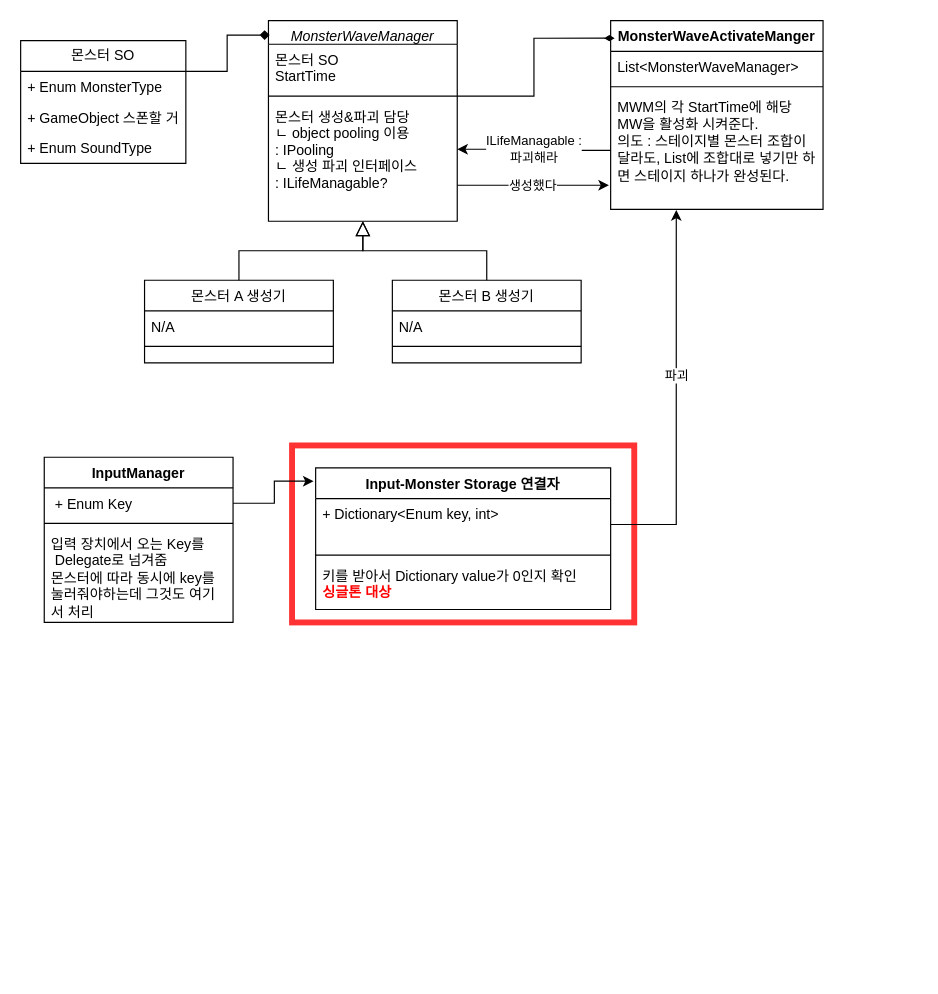
Before: TheMonk.drawio in dubidubob/Unijam3, a draw.io diagram. Source tidied: cells renumbered, new cells numbered last; positions are measured from the earlier drawing's top-left corner, leaving out a move shared by most shapes. Both pictures are drawn from the tidied source at 118%, with x=0, y=0 at pixel (20, 20).
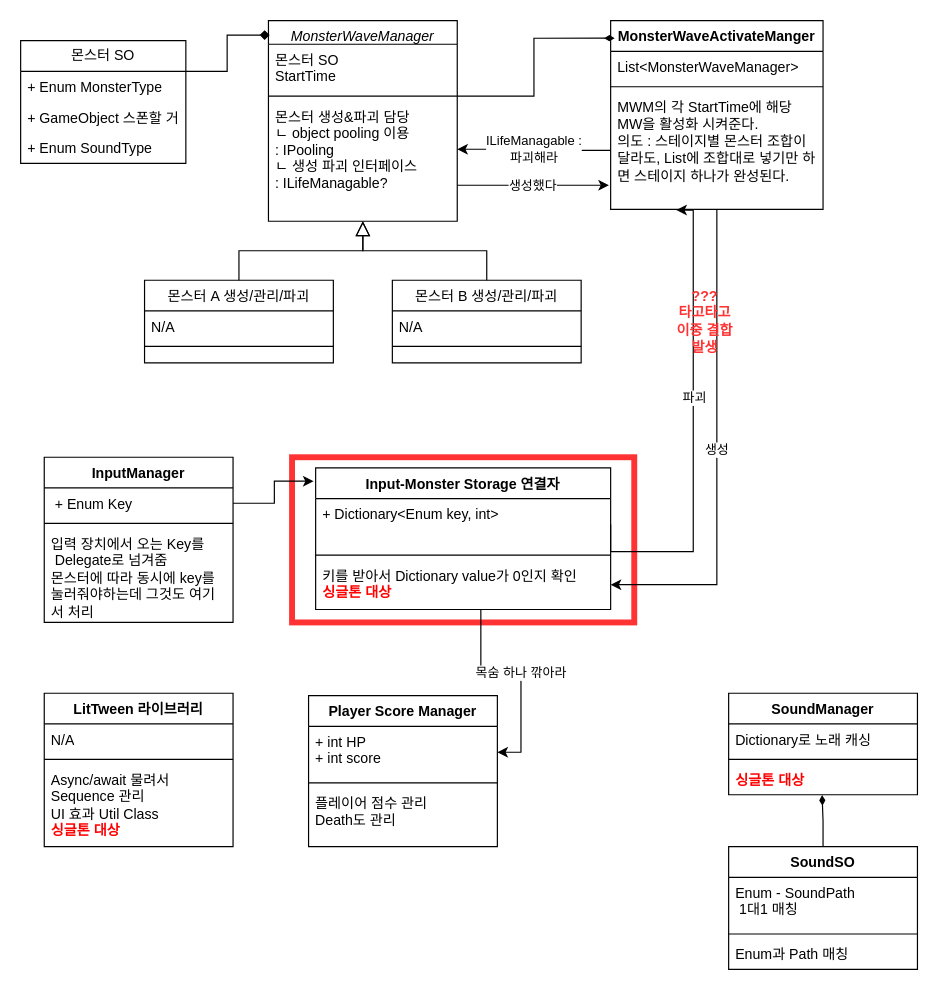
After the change.

The change refers to these unchanged cells:
```xml
<mxCell id="18" value="MWM의 각 StartTime에 해당 MW을 활성화 시켜준다.&lt;br&gt;의도 : 스테이지별 몬스터 조합이 달라도, List에 조합대로 넣기만 하면 스테이지 하나가 완성된다." style="text;strokeColor=none;fillColor=none;align=left;verticalAlign=top;spacingLeft=4;spacingRight=4;overflow=hidden;points=[[0,0.5],[1,0.5]];portConstraint=eastwest;whiteSpace=wrap;html=1;" parent="15" vertex="1">
  <mxGeometry y="60" width="180" height="100" as="geometry" />
</mxCell>
<mxCell id="29" value="Input-Monster Storage 연결자" style="swimlane;fontStyle=1;align=center;verticalAlign=top;horizontal=1;startSize=26;whiteSpace=wrap;html=1;" parent="1" vertex="1">
  <mxGeometry x="250" y="379" width="250" height="120" as="geometry" />
</mxCell>
<mxCell id="30" value="+ Dictionary&amp;lt;Enum key, int&amp;gt;" style="text;strokeColor=none;fillColor=none;align=left;verticalAlign=top;spacingLeft=4;spacingRight=4;overflow=hidden;points=[[0,0.5],[1,0.5]];portConstraint=eastwest;whiteSpace=wrap;html=1;" parent="29" vertex="1">
  <mxGeometry y="26" width="250" height="44" as="geometry" />
</mxCell>
<mxCell id="32" value="키를 받아서 Dictionary value가 0인지 확인&lt;div&gt;&lt;b&gt;&lt;font style=&quot;color: rgb(255, 0, 0);&quot;&gt;싱글톤 대상&lt;/font&gt;&lt;/b&gt;&lt;/div&gt;" style="text;strokeColor=none;fillColor=none;align=left;verticalAlign=top;spacingLeft=4;spacingRight=4;overflow=hidden;points=[[0,0.5],[1,0.5]];portConstraint=eastwest;whiteSpace=wrap;html=1;" parent="29" vertex="1">
  <mxGeometry y="78" width="250" height="42" as="geometry" />
</mxCell>
```

Change to the diagram source:
```diff
@@
     <mxCell id="2" style="rounded=0;whiteSpace=wrap;html=1;fillColor=none;strokeColor=#FF3333;strokeWidth=5;" parent="1" vertex="1">
-      <mxGeometry x="230" y="360" width="290" height="150" as="geometry" />
+      <mxGeometry x="230" y="370" width="290" height="140" as="geometry" />
     </mxCell>
@@
-    <mxCell id="7" value="몬스터 A 생성기" style="swimlane;fontStyle=0;align=center;verticalAlign=top;horizontal=1;startSize=26;rounded=0;shadow=0;strokeWidth=1;" parent="1" vertex="1">
+    <mxCell id="7" value="몬스터 A 생성/관리/파괴" style="swimlane;fontStyle=0;align=center;verticalAlign=top;horizontal=1;startSize=26;rounded=0;shadow=0;strokeWidth=1;" parent="1" vertex="1">
       <mxGeometry x="105" y="220" width="160" height="70" as="geometry" />
     </mxCell>
@@
-    <mxCell id="11" value="몬스터 B 생성기" style="swimlane;fontStyle=0;align=center;verticalAlign=top;horizontal=1;startSize=26;rounded=0;shadow=0;strokeWidth=1;" parent="1" vertex="1">
+    <mxCell id="11" value="몬스터 B 생성/관리/파괴" style="swimlane;fontStyle=0;align=center;verticalAlign=top;horizontal=1;startSize=26;rounded=0;shadow=0;strokeWidth=1;" parent="1" vertex="1">
       <mxGeometry x="315" y="220" width="160" height="70" as="geometry" />
     </mxCell>
@@
+    <mxCell id="38" value="목숨 하나 깎아라" style="edgeStyle=orthogonalEdgeStyle;rounded=0;jettySize=auto;html=1;" parent="1" edge="1" source="29" target="55">
+      <mxGeometry relative="1" as="geometry">
+        <Array as="points">
+          <mxPoint x="390" y="548" />
+          <mxPoint x="424" y="548" />
+          <mxPoint x="424" y="620" />
+        </Array>
+      </mxGeometry>
+    </mxCell>
@@
     <mxCell id="34" style="edgeStyle=orthogonalEdgeStyle;rounded=0;jettySize=auto;html=1;exitX=1;exitY=0.5;exitDx=0;exitDy=0;entryX=0.309;entryY=1.005;entryDx=0;entryDy=0;entryPerimeter=0;" parent="1" edge="1" source="30" target="18">
-      <mxGeometry relative="1" as="geometry" />
+      <mxGeometry relative="1" as="geometry">
+        <Array as="points">
+          <mxPoint x="500" y="450" />
+          <mxPoint x="570" y="450" />
+          <mxPoint x="570" y="161" />
+        </Array>
+      </mxGeometry>
     </mxCell>
@@
+    <mxCell id="39" value="생성" style="edgeStyle=orthogonalEdgeStyle;rounded=0;jettySize=auto;html=1;entryX=1;entryY=0.5;entryDx=0;entryDy=0;" parent="1" edge="1" source="18" target="32">
+      <mxGeometry relative="1" as="geometry">
+        <Array as="points">
+          <mxPoint x="590" y="478" />
+        </Array>
+      </mxGeometry>
+    </mxCell>
+    <mxCell id="40" value="&lt;b&gt;&lt;font style=&quot;color: rgb(255, 51, 51);&quot;&gt;???&lt;br&gt;타고타고&lt;br&gt;이중 결합 발생&lt;/font&gt;&lt;/b&gt;" style="text;html=1;align=center;verticalAlign=middle;whiteSpace=wrap;rounded=0;" parent="1" vertex="1">
+      <mxGeometry x="550" y="240" width="60" height="30" as="geometry" />
+    </mxCell>
+    <mxCell id="41" value="LitTween 라이브러리" style="swimlane;fontStyle=1;align=center;verticalAlign=top;horizontal=1;startSize=26;whiteSpace=wrap;html=1;" parent="1" vertex="1">
+      <mxGeometry x="20" y="570" width="160" height="130" as="geometry" />
+    </mxCell>
+    <mxCell id="42" value="N/A" style="text;strokeColor=none;fillColor=none;align=left;verticalAlign=top;spacingLeft=4;spacingRight=4;overflow=hidden;whiteSpace=wrap;html=1;" parent="41" vertex="1">
+      <mxGeometry y="26" width="160" height="26" as="geometry" />
+    </mxCell>
+    <mxCell id="43" style="line;strokeWidth=1;fillColor=none;align=left;verticalAlign=middle;spacingTop=-1;spacingLeft=3;spacingRight=3;labelPosition=right;strokeColor=inherit;" parent="41" vertex="1">
+      <mxGeometry y="52" width="160" height="8" as="geometry" />
+    </mxCell>
+    <mxCell id="44" value="Async/await 물려서&lt;br&gt;Sequence 관리&lt;div&gt;UI 효과 Util Class&lt;/div&gt;&lt;div&gt;&lt;b&gt;&lt;font style=&quot;color: rgb(255, 0, 0);&quot;&gt;싱글톤 대상&lt;/font&gt;&lt;/b&gt;&lt;/div&gt;" style="text;strokeColor=none;fillColor=none;align=left;verticalAlign=top;spacingLeft=4;spacingRight=4;overflow=hidden;whiteSpace=wrap;html=1;" parent="41" vertex="1">
+      <mxGeometry y="60" width="160" height="70" as="geometry" />
+    </mxCell>
+    <mxCell id="45" value="SoundManager" style="swimlane;fontStyle=1;align=center;verticalAlign=top;horizontal=1;startSize=26;whiteSpace=wrap;html=1;" parent="1" vertex="1">
+      <mxGeometry x="600" y="570" width="160" height="86" as="geometry" />
+    </mxCell>
+    <mxCell id="46" value="Dictionary로 노래 캐싱" style="text;strokeColor=none;fillColor=none;align=left;verticalAlign=top;spacingLeft=4;spacingRight=4;overflow=hidden;whiteSpace=wrap;html=1;" parent="45" vertex="1">
+      <mxGeometry y="26" width="160" height="26" as="geometry" />
+    </mxCell>
+    <mxCell id="47" style="line;strokeWidth=1;fillColor=none;align=left;verticalAlign=middle;spacingTop=-1;spacingLeft=3;spacingRight=3;labelPosition=right;strokeColor=inherit;" parent="45" vertex="1">
+      <mxGeometry y="52" width="160" height="8" as="geometry" />
+    </mxCell>
+    <mxCell id="48" value="&lt;div&gt;&lt;b style=&quot;background-color: transparent; color: light-dark(rgb(0, 0, 0), rgb(255, 255, 255));&quot;&gt;&lt;font style=&quot;color: rgb(255, 0, 0);&quot;&gt;싱글톤 대상&lt;/font&gt;&lt;/b&gt;&lt;/div&gt;" style="text;strokeColor=none;fillColor=none;align=left;verticalAlign=top;spacingLeft=4;spacingRight=4;overflow=hidden;points=[[0,0.5],[1,0.5]];portConstraint=eastwest;whiteSpace=wrap;html=1;" parent="45" vertex="1">
+      <mxGeometry y="60" width="160" height="26" as="geometry" />
+    </mxCell>
+    <mxCell id="49" value="SoundSO" style="swimlane;fontStyle=1;align=center;verticalAlign=top;horizontal=1;startSize=26;whiteSpace=wrap;html=1;" parent="1" vertex="1">
+      <mxGeometry x="600" y="700" width="160" height="104" as="geometry" />
+    </mxCell>
+    <mxCell id="50" value="Enum - SoundPath&lt;br&gt;&amp;nbsp;1대1 매칭" style="text;strokeColor=none;fillColor=none;align=left;verticalAlign=top;spacingLeft=4;spacingRight=4;overflow=hidden;whiteSpace=wrap;html=1;" parent="49" vertex="1">
+      <mxGeometry y="26" width="160" height="44" as="geometry" />
+    </mxCell>
+    <mxCell id="51" style="line;strokeWidth=1;fillColor=none;align=left;verticalAlign=middle;spacingTop=-1;spacingLeft=3;spacingRight=3;labelPosition=right;strokeColor=inherit;" parent="49" vertex="1">
+      <mxGeometry y="70" width="160" height="8" as="geometry" />
+    </mxCell>
+    <mxCell id="52" value="&lt;font style=&quot;color: rgb(0, 0, 0);&quot;&gt;Enum과 Path 매칭&lt;/font&gt;" style="text;strokeColor=none;fillColor=none;align=left;verticalAlign=top;spacingLeft=4;spacingRight=4;overflow=hidden;whiteSpace=wrap;html=1;" parent="49" vertex="1">
+      <mxGeometry y="78" width="160" height="26" as="geometry" />
+    </mxCell>
+    <mxCell id="53" style="edgeStyle=orthogonalEdgeStyle;rounded=0;jettySize=auto;html=1;entryX=0.495;entryY=1.011;entryDx=0;entryDy=0;entryPerimeter=0;endArrow=diamondThin;endFill=1;" parent="1" edge="1" source="49" target="48">
+      <mxGeometry relative="1" as="geometry" />
+    </mxCell>
+    <mxCell id="54" value="Player Score Manager" style="swimlane;fontStyle=1;align=center;verticalAlign=top;horizontal=1;startSize=26;whiteSpace=wrap;html=1;" parent="1" vertex="1">
+      <mxGeometry x="244" y="572" width="160" height="128" as="geometry" />
+    </mxCell>
+    <mxCell id="55" value="+ int HP&lt;br&gt;+ int score" style="text;strokeColor=none;fillColor=none;align=left;verticalAlign=top;spacingLeft=4;spacingRight=4;overflow=hidden;points=[[0,0.5],[1,0.5]];portConstraint=eastwest;whiteSpace=wrap;html=1;" parent="54" vertex="1">
+      <mxGeometry y="26" width="160" height="44" as="geometry" />
+    </mxCell>
+    <mxCell id="56" style="line;strokeWidth=1;fillColor=none;align=left;verticalAlign=middle;spacingTop=-1;spacingLeft=3;spacingRight=3;labelPosition=right;strokeColor=inherit;" parent="54" vertex="1">
+      <mxGeometry y="70" width="160" height="8" as="geometry" />
+    </mxCell>
+    <mxCell id="57" value="플레이어 점수 관리&lt;br&gt;Death도 관리" style="text;strokeColor=none;fillColor=none;align=left;verticalAlign=top;spacingLeft=4;spacingRight=4;overflow=hidden;whiteSpace=wrap;html=1;" parent="54" vertex="1">
+      <mxGeometry y="78" width="160" height="50" as="geometry" />
+    </mxCell>
```
